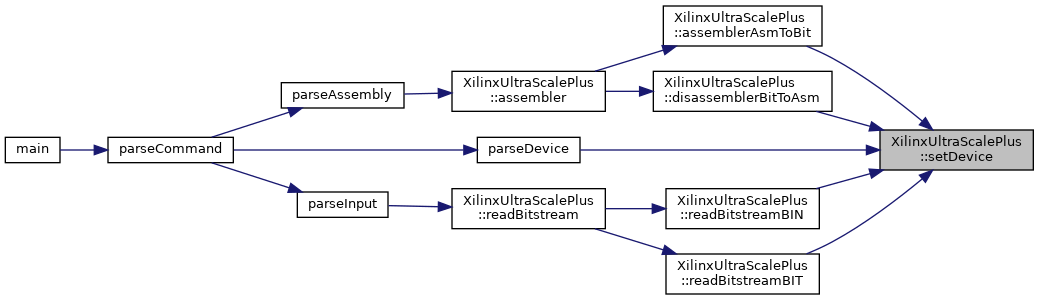
Above: classXilinxUltraScalePlus_a762297dd90b02efcbb4a4aa0274dd34b_icgraph.png in FPGA-Research-Manchester/byteman (Graphviz), before the change. Its source is kept beside it as classXilinxUltraScalePlus_a762297dd90b02efcbb4a4aa0274dd34b_icgraph.dot.
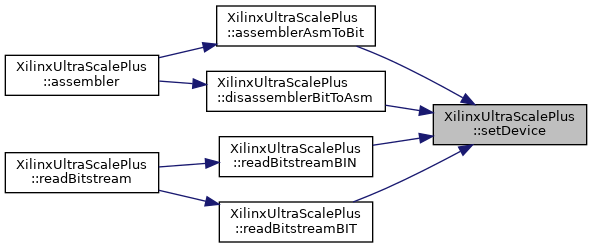
After the change.

Diff of the diagram source:
```diff
@@ -8,26 +8,14 @@
   Node2 [label="XilinxUltraScalePlus\l::assemblerAsmToBit",height=0.2,width=0.4,color="black", fillcolor="white", style="filled",URL="$classXilinxUltraScalePlus.html#a058802c627c4177c6fd88ca079551207",tooltip=" "];
   Node2 -> Node3 [dir="back",color="midnightblue",fontsize="10",style="solid",fontname="Helvetica"];
   Node3 [label="XilinxUltraScalePlus\l::assembler",height=0.2,width=0.4,color="black", fillcolor="white", style="filled",URL="$classXilinxUltraScalePlus.html#a53e5f6ec962f1f2a961f90b8b9e90e10",tooltip=" "];
-  Node3 -> Node4 [dir="back",color="midnightblue",fontsize="10",style="solid",fontname="Helvetica"];
-  Node4 [label="parseAssembly",height=0.2,width=0.4,color="black", fillcolor="white", style="filled",URL="$byteman_8cpp.html#abdebe35e6ba3749eaa14350ca0942419",tooltip=" "];
-  Node4 -> Node5 [dir="back",color="midnightblue",fontsize="10",style="solid",fontname="Helvetica"];
-  Node5 [label="parseCommand",height=0.2,width=0.4,color="black", fillcolor="white", style="filled",URL="$byteman_8cpp.html#a913ad3944130fafece24fe460db9b6aa",tooltip=" "];
+  Node1 -> Node4 [dir="back",color="midnightblue",fontsize="10",style="solid",fontname="Helvetica"];
+  Node4 [label="XilinxUltraScalePlus\l::disassemblerBitToAsm",height=0.2,width=0.4,color="black", fillcolor="white", style="filled",URL="$classXilinxUltraScalePlus.html#a54f9af4b6723a99c0b9e8e9c9b424d00",tooltip=" "];
+  Node4 -> Node3 [dir="back",color="midnightblue",fontsize="10",style="solid",fontname="Helvetica"];
+  Node1 -> Node5 [dir="back",color="midnightblue",fontsize="10",style="solid",fontname="Helvetica"];
+  Node5 [label="XilinxUltraScalePlus\l::readBitstreamBIN",height=0.2,width=0.4,color="black", fillcolor="white", style="filled",URL="$classXilinxUltraScalePlus.html#ae197b2b5b423cd1be99409c70f51bc37",tooltip=" "];
   Node5 -> Node6 [dir="back",color="midnightblue",fontsize="10",style="solid",fontname="Helvetica"];
-  Node6 [label="main",height=0.2,width=0.4,color="black", fillcolor="white", style="filled",URL="$byteman_8cpp.html#a0ddf1224851353fc92bfbff6f499fa97",tooltip=" "];
+  Node6 [label="XilinxUltraScalePlus\l::readBitstream",height=0.2,width=0.4,color="black", fillcolor="white", style="filled",URL="$classXilinxUltraScalePlus.html#a0e5d08a2e5c37a29a1a04d50b48739d2",tooltip=" "];
   Node1 -> Node7 [dir="back",color="midnightblue",fontsize="10",style="solid",fontname="Helvetica"];
-  Node7 [label="XilinxUltraScalePlus\l::disassemblerBitToAsm",height=0.2,width=0.4,color="black", fillcolor="white", style="filled",URL="$classXilinxUltraScalePlus.html#a54f9af4b6723a99c0b9e8e9c9b424d00",tooltip=" "];
-  Node7 -> Node3 [dir="back",color="midnightblue",fontsize="10",style="solid",fontname="Helvetica"];
-  Node1 -> Node8 [dir="back",color="midnightblue",fontsize="10",style="solid",fontname="Helvetica"];
-  Node8 [label="parseDevice",height=0.2,width=0.4,color="black", fillcolor="white", style="filled",URL="$byteman_8cpp.html#a883440ce4fd99a9d8375dd36b34346ee",tooltip=" "];
-  Node8 -> Node5 [dir="back",color="midnightblue",fontsize="10",style="solid",fontname="Helvetica"];
-  Node1 -> Node9 [dir="back",color="midnightblue",fontsize="10",style="solid",fontname="Helvetica"];
-  Node9 [label="XilinxUltraScalePlus\l::readBitstreamBIN",height=0.2,width=0.4,color="black", fillcolor="white", style="filled",URL="$classXilinxUltraScalePlus.html#ae197b2b5b423cd1be99409c70f51bc37",tooltip=" "];
-  Node9 -> Node10 [dir="back",color="midnightblue",fontsize="10",style="solid",fontname="Helvetica"];
-  Node10 [label="XilinxUltraScalePlus\l::readBitstream",height=0.2,width=0.4,color="black", fillcolor="white", style="filled",URL="$classXilinxUltraScalePlus.html#a0e5d08a2e5c37a29a1a04d50b48739d2",tooltip=" "];
-  Node10 -> Node11 [dir="back",color="midnightblue",fontsize="10",style="solid",fontname="Helvetica"];
-  Node11 [label="parseInput",height=0.2,width=0.4,color="black", fillcolor="white", style="filled",URL="$byteman_8cpp.html#a4dbd88e4909b2f0429f9d0b2fc2608bb",tooltip=" "];
-  Node11 -> Node5 [dir="back",color="midnightblue",fontsize="10",style="solid",fontname="Helvetica"];
-  Node1 -> Node12 [dir="back",color="midnightblue",fontsize="10",style="solid",fontname="Helvetica"];
-  Node12 [label="XilinxUltraScalePlus\l::readBitstreamBIT",height=0.2,width=0.4,color="black", fillcolor="white", style="filled",URL="$classXilinxUltraScalePlus.html#a62dea738808396d7d520f26d8e5594d2",tooltip=" "];
-  Node12 -> Node10 [dir="back",color="midnightblue",fontsize="10",style="solid",fontname="Helvetica"];
+  Node7 [label="XilinxUltraScalePlus\l::readBitstreamBIT",height=0.2,width=0.4,color="black", fillcolor="white", style="filled",URL="$classXilinxUltraScalePlus.html#a62dea738808396d7d520f26d8e5594d2",tooltip=" "];
+  Node7 -> Node6 [dir="back",color="midnightblue",fontsize="10",style="solid",fontname="Helvetica"];
 }
```
